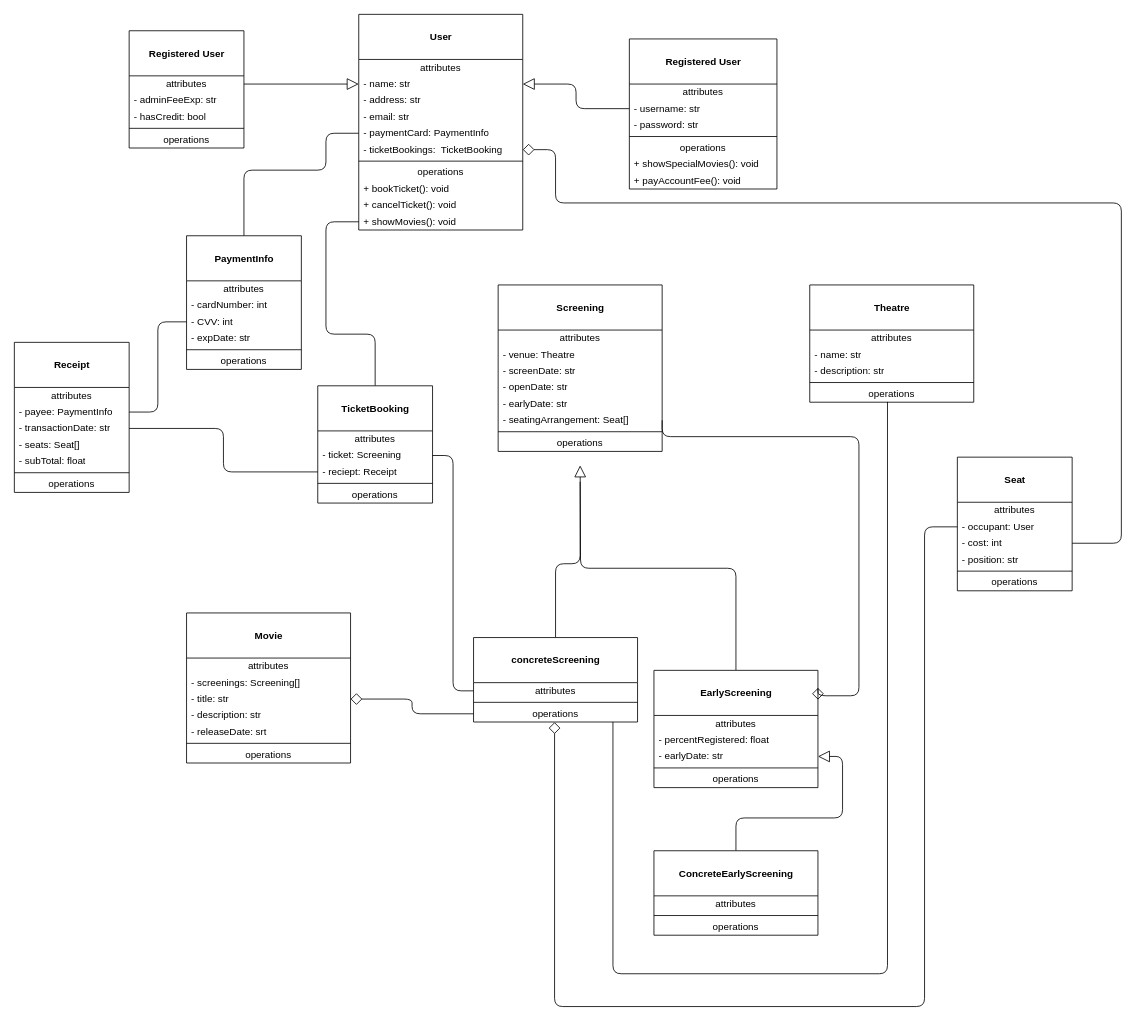
This is Technical Diagrams/Class Diagram/Domain.drawio from tahmeedm/ENSF480_Group15, a draw.io file, before an edit. Source tidied: cells renumbered, new cells numbered last; positions are measured from the earlier drawing's top-left corner, leaving out a move shared by most shapes. Both pictures are drawn from the tidied source at 82%, with x=0, y=0 at pixel (14, 14).
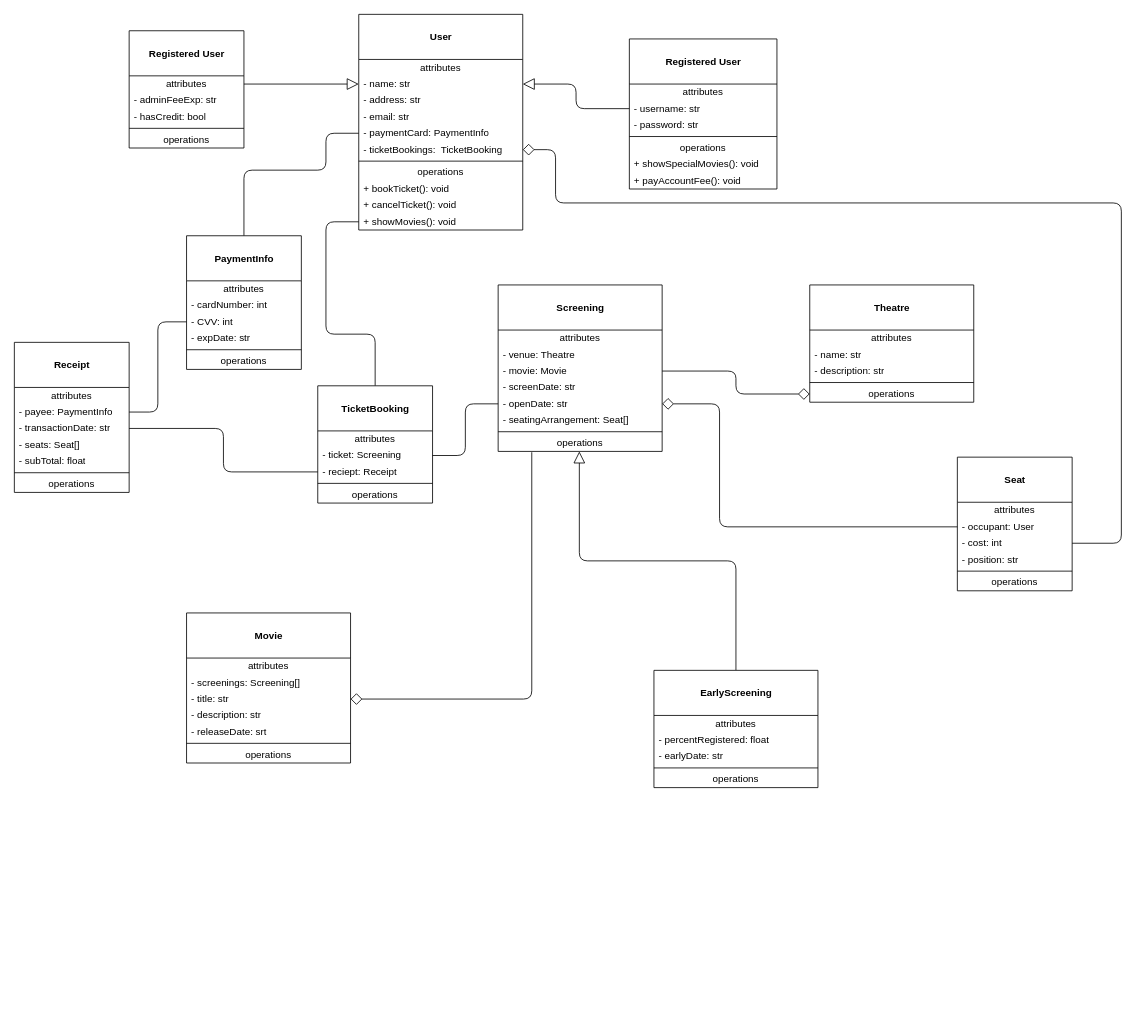
After the change.

The change refers to these unchanged cells:
```xml
<mxCell id="33" value="- ticket: Screening" style="text;html=1;strokeColor=none;fillColor=none;align=left;verticalAlign=middle;spacingLeft=4;spacingRight=4;overflow=hidden;points=[[0,0.5],[1,0.5]];portConstraint=eastwest;" parent="31" vertex="1">
  <mxGeometry y="75" width="140" height="20" as="geometry" />
</mxCell>
<mxCell id="40" value="- title: str" style="text;html=1;strokeColor=none;fillColor=none;align=left;verticalAlign=middle;spacingLeft=4;spacingRight=4;overflow=hidden;points=[[0,0.5],[1,0.5]];portConstraint=eastwest;" parent="37" vertex="1">
  <mxGeometry y="95" width="200" height="20" as="geometry" />
</mxCell>
<mxCell id="45" value="&lt;br&gt;&lt;b&gt;Screening&lt;/b&gt;" style="swimlane;fontStyle=0;align=center;verticalAlign=top;horizontal=1;startSize=55;html=1;" parent="1" vertex="1">
  <mxGeometry x="590" y="330" width="200" height="203" as="geometry" />
</mxCell>
<mxCell id="51" value="- seatingArrangement: Seat[]" style="text;html=1;strokeColor=none;fillColor=none;align=left;verticalAlign=middle;spacingLeft=4;spacingRight=4;overflow=hidden;points=[[0,0.5],[1,0.5]];portConstraint=eastwest;" parent="45" vertex="1">
  <mxGeometry y="155" width="200" height="20" as="geometry" />
</mxCell>
<mxCell id="53" value="operations" style="text;html=1;strokeColor=none;fillColor=none;align=center;verticalAlign=middle;spacingLeft=4;spacingRight=4;overflow=hidden;points=[[0,0.5],[1,0.5]];portConstraint=eastwest;" parent="45" vertex="1">
  <mxGeometry y="183" width="200" height="20" as="geometry" />
</mxCell>
<mxCell id="59" value="operations" style="text;html=1;strokeColor=none;fillColor=none;align=center;verticalAlign=middle;spacingLeft=4;spacingRight=4;overflow=hidden;points=[[0,0.5],[1,0.5]];portConstraint=eastwest;" parent="54" vertex="1">
  <mxGeometry y="123" width="200" height="20" as="geometry" />
</mxCell>
<mxCell id="62" value="- occupant: User" style="text;html=1;strokeColor=none;fillColor=none;align=left;verticalAlign=middle;spacingLeft=4;spacingRight=4;overflow=hidden;points=[[0,0.5],[1,0.5]];portConstraint=eastwest;" parent="60" vertex="1">
  <mxGeometry y="75" width="140" height="20" as="geometry" />
</mxCell>
<mxCell id="91" value="&lt;br&gt;&lt;b&gt;EarlyScreening&lt;/b&gt;" style="swimlane;fontStyle=0;align=center;verticalAlign=top;horizontal=1;startSize=55;html=1;" parent="1" vertex="1">
  <mxGeometry x="780" y="800" width="200" height="143" as="geometry" />
</mxCell>
<mxCell id="94" value="- earlyDate: str" style="text;html=1;strokeColor=none;fillColor=none;align=left;verticalAlign=middle;spacingLeft=4;spacingRight=4;overflow=hidden;points=[[0,0.5],[1,0.5]];portConstraint=eastwest;" parent="91" vertex="1">
  <mxGeometry y="95" width="200" height="20" as="geometry" />
</mxCell>
```

What changed in the source:
```diff
@@
+    <mxCell id="108" value="- movie: Movie" style="text;html=1;strokeColor=none;fillColor=none;align=left;verticalAlign=middle;spacingLeft=4;spacingRight=4;overflow=hidden;points=[[0,0.5],[1,0.5]];portConstraint=eastwest;" parent="45" vertex="1">
+      <mxGeometry y="95" width="200" height="20" as="geometry" />
+    </mxCell>
     <mxCell id="48" value="- screenDate: str" style="text;html=1;strokeColor=none;fillColor=none;align=left;verticalAlign=middle;spacingLeft=4;spacingRight=4;overflow=hidden;" parent="45" vertex="1">
-      <mxGeometry y="95" width="200" height="20" as="geometry" />
+      <mxGeometry y="115" width="200" height="20" as="geometry" />
     </mxCell>
     <mxCell id="49" value="- openDate: str" style="text;html=1;strokeColor=none;fillColor=none;align=left;verticalAlign=middle;spacingLeft=4;spacingRight=4;overflow=hidden;points=[[0,0.5],[1,0.5]];portConstraint=eastwest;" parent="45" vertex="1">
-      <mxGeometry y="115" width="200" height="20" as="geometry" />
+      <mxGeometry y="135" width="200" height="20" as="geometry" />
     </mxCell>
-    <mxCell id="50" value="- earlyDate: str" style="text;html=1;strokeColor=none;fillColor=none;align=left;verticalAlign=middle;spacingLeft=4;spacingRight=4;overflow=hidden;" parent="45" vertex="1">
-      <mxGeometry y="135" width="200" height="20" as="geometry" />
-    </mxCell>
@@
-    <mxCell id="68" style="edgeStyle=orthogonalEdgeStyle;html=1;exitX=0;exitY=0.5;exitDx=0;exitDy=0;entryX=0.494;entryY=1.009;entryDx=0;entryDy=0;endArrow=diamond;endFill=0;startArrow=none;startFill=0;endSize=12;startSize=12;entryPerimeter=0;" parent="1" edge="1" source="62" target="101">
+    <mxCell id="68" style="edgeStyle=orthogonalEdgeStyle;html=1;exitX=0;exitY=0.5;exitDx=0;exitDy=0;entryX=1;entryY=0.5;entryDx=0;entryDy=0;endArrow=diamond;endFill=0;startArrow=none;startFill=0;endSize=12;startSize=12;" parent="1" edge="1" source="62" target="49">
       <mxGeometry relative="1" as="geometry">
         <Array as="points">
-          <mxPoint x="1110" y="625" />
-          <mxPoint x="1110" y="1210" />
-          <mxPoint x="659" y="1210" />
+          <mxPoint x="860" y="625" />
+          <mxPoint x="860" y="475" />
         </Array>
       </mxGeometry>
     </mxCell>
-    <mxCell id="69" style="edgeStyle=orthogonalEdgeStyle;html=1;exitX=0.474;exitY=0.979;exitDx=0;exitDy=0;endArrow=none;endFill=0;exitPerimeter=0;" parent="1" edge="1" source="59" target="101">
-      <mxGeometry relative="1" as="geometry">
-        <Array as="points">
-          <mxPoint x="1065" y="1170" />
-          <mxPoint x="730" y="1170" />
-        </Array>
-      </mxGeometry>
-    </mxCell>
-    <mxCell id="70" style="edgeStyle=elbowEdgeStyle;html=1;exitX=1;exitY=0.5;exitDx=0;exitDy=0;entryX=0;entryY=0.5;entryDx=0;entryDy=0;endArrow=none;endFill=0;" parent="1" edge="1" source="33" target="99">
+    <mxCell id="70" style="edgeStyle=elbowEdgeStyle;html=1;exitX=1;exitY=0.5;exitDx=0;exitDy=0;entryX=0;entryY=0.5;entryDx=0;entryDy=0;endArrow=none;endFill=0;" parent="1" edge="1" source="33" target="49">
       <mxGeometry relative="1" as="geometry" />
     </mxCell>
@@
-    <mxCell id="72" style="edgeStyle=orthogonalEdgeStyle;html=1;exitX=0;exitY=0.5;exitDx=0;exitDy=0;entryX=1;entryY=0.5;entryDx=0;entryDy=0;endArrow=diamond;endFill=0;endSize=12;startSize=12;" parent="1" edge="1" source="101" target="40">
+    <mxCell id="72" style="edgeStyle=orthogonalEdgeStyle;html=1;exitX=0.205;exitY=1.05;exitDx=0;exitDy=0;entryX=1;entryY=0.5;entryDx=0;entryDy=0;endArrow=diamond;endFill=0;endSize=12;startSize=12;exitPerimeter=0;" parent="1" edge="1" source="53" target="40">
       <mxGeometry relative="1" as="geometry" />
     </mxCell>
@@
-    <mxCell id="90" style="edgeStyle=orthogonalEdgeStyle;html=1;exitX=0.5;exitY=0;exitDx=0;exitDy=0;startArrow=none;startFill=0;endArrow=block;endFill=0;startSize=12;endSize=12;" parent="1" edge="1" source="91">
-      <mxGeometry relative="1" as="geometry">
-        <mxPoint x="690" y="550" as="targetPoint" />
-      </mxGeometry>
+    <mxCell id="90" style="edgeStyle=orthogonalEdgeStyle;html=1;exitX=0.5;exitY=0;exitDx=0;exitDy=0;startArrow=none;startFill=0;endArrow=block;endFill=0;startSize=12;endSize=12;entryX=0.495;entryY=1;entryDx=0;entryDy=0;entryPerimeter=0;" parent="1" edge="1" source="91" target="53">
+      <mxGeometry relative="1" as="geometry" />
     </mxCell>
@@
-    <mxCell id="97" style="edgeStyle=orthogonalEdgeStyle;html=1;exitX=0.5;exitY=0;exitDx=0;exitDy=0;startArrow=none;startFill=0;endArrow=none;endFill=0;startSize=12;endSize=12;" parent="1" edge="1" source="98">
-      <mxGeometry relative="1" as="geometry">
-        <mxPoint x="690" y="570" as="targetPoint" />
-        <Array as="points">
-          <mxPoint x="660" y="670" />
-          <mxPoint x="690" y="670" />
-        </Array>
-      </mxGeometry>
-    </mxCell>
-    <mxCell id="98" value="&lt;br&gt;&lt;b&gt;concreteScreening&lt;/b&gt;" style="swimlane;fontStyle=0;align=center;verticalAlign=top;horizontal=1;startSize=55;html=1;" parent="1" vertex="1">
-      <mxGeometry x="560" y="760" width="200" height="103" as="geometry" />
-    </mxCell>
-    <mxCell id="99" value="attributes" style="text;html=1;strokeColor=none;fillColor=none;align=center;verticalAlign=middle;spacingLeft=4;spacingRight=4;overflow=hidden;points=[[0,0.5],[1,0.5]];portConstraint=eastwest;" parent="98" vertex="1">
-      <mxGeometry y="55" width="200" height="20" as="geometry" />
-    </mxCell>
-    <mxCell id="100" style="line;strokeWidth=1;fillColor=none;align=left;verticalAlign=middle;spacingTop=-1;spacingLeft=3;spacingRight=3;labelPosition=right;" parent="98" vertex="1">
-      <mxGeometry y="75" width="200" height="8" as="geometry" />
-    </mxCell>
-    <mxCell id="101" value="operations" style="text;html=1;strokeColor=none;fillColor=none;align=center;verticalAlign=middle;spacingLeft=4;spacingRight=4;overflow=hidden;points=[[0,0.5],[1,0.5]];portConstraint=eastwest;" parent="98" vertex="1">
-      <mxGeometry y="83" width="200" height="20" as="geometry" />
-    </mxCell>
-    <mxCell id="102" style="edgeStyle=orthogonalEdgeStyle;html=1;exitX=1;exitY=0.5;exitDx=0;exitDy=0;entryX=1;entryY=0.25;entryDx=0;entryDy=0;startArrow=none;startFill=0;endArrow=diamond;endFill=0;startSize=12;endSize=12;" parent="1" edge="1" source="51" target="91">
-      <mxGeometry relative="1" as="geometry">
-        <Array as="points">
-          <mxPoint x="1030" y="515" />
-          <mxPoint x="1030" y="831" />
-        </Array>
-      </mxGeometry>
-    </mxCell>
-    <mxCell id="103" style="edgeStyle=orthogonalEdgeStyle;html=1;exitX=0.5;exitY=0;exitDx=0;exitDy=0;entryX=1;entryY=0.5;entryDx=0;entryDy=0;startArrow=none;startFill=0;endArrow=block;endFill=0;startSize=12;endSize=12;" parent="1" edge="1" source="104" target="94">
-      <mxGeometry relative="1" as="geometry">
-        <Array as="points">
-          <mxPoint x="880" y="980" />
-          <mxPoint x="1010" y="980" />
-          <mxPoint x="1010" y="905" />
-        </Array>
-      </mxGeometry>
-    </mxCell>
-    <mxCell id="104" value="&lt;br&gt;&lt;b&gt;ConcreteEarlyScreening&lt;/b&gt;" style="swimlane;fontStyle=0;align=center;verticalAlign=top;horizontal=1;startSize=55;html=1;" parent="1" vertex="1">
-      <mxGeometry x="780" y="1020" width="200" height="103" as="geometry" />
-    </mxCell>
-    <mxCell id="105" value="attributes" style="text;html=1;strokeColor=none;fillColor=none;align=center;verticalAlign=middle;spacingLeft=4;spacingRight=4;overflow=hidden;" parent="104" vertex="1">
-      <mxGeometry y="55" width="200" height="20" as="geometry" />
-    </mxCell>
-    <mxCell id="106" style="line;strokeWidth=1;fillColor=none;align=left;verticalAlign=middle;spacingTop=-1;spacingLeft=3;spacingRight=3;labelPosition=right;" parent="104" vertex="1">
-      <mxGeometry y="75" width="200" height="8" as="geometry" />
-    </mxCell>
-    <mxCell id="107" value="operations" style="text;html=1;strokeColor=none;fillColor=none;align=center;verticalAlign=middle;spacingLeft=4;spacingRight=4;overflow=hidden;" parent="104" vertex="1">
-      <mxGeometry y="83" width="200" height="20" as="geometry" />
-    </mxCell>
+    <mxCell id="109" style="edgeStyle=orthogonalEdgeStyle;html=1;exitX=0;exitY=0.5;exitDx=0;exitDy=0;entryX=1;entryY=0.5;entryDx=0;entryDy=0;endArrow=none;endFill=0;startArrow=diamond;startFill=0;targetPerimeterSpacing=12;sourcePerimeterSpacing=12;endSize=12;startSize=12;" parent="1" edge="1" source="59" target="108">
+      <mxGeometry relative="1" as="geometry" />
+    </mxCell>
```
